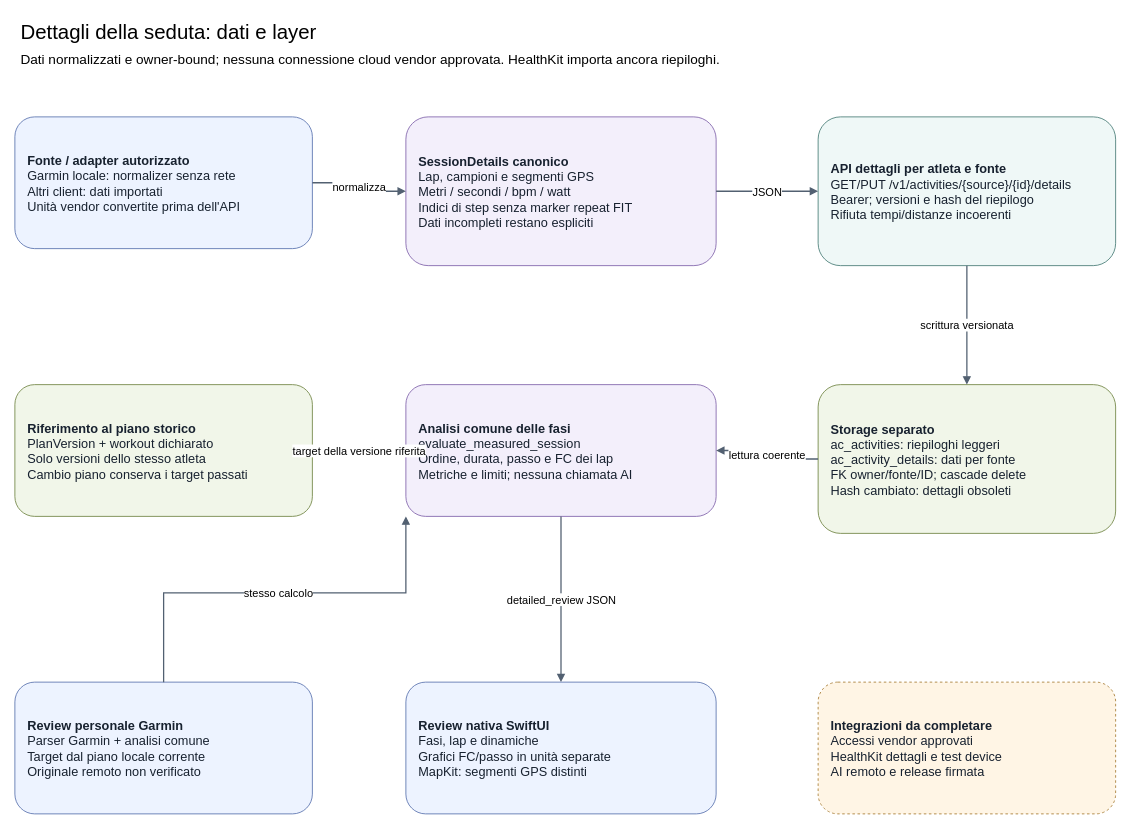
This is page "Dettagli della seduta: dati e layer" (7 of 8) of docs/architecture/endurance-coach.drawio from Tatonta/EnduranceCoach, a draw.io file, before an edit. Source tidied: cells renumbered, new cells numbered last; positions are measured from the earlier drawing's top-left corner, leaving out a move shared by most shapes. Both pictures are drawn from the tidied source at 85%, with x=0, y=0 at pixel (14, 14).
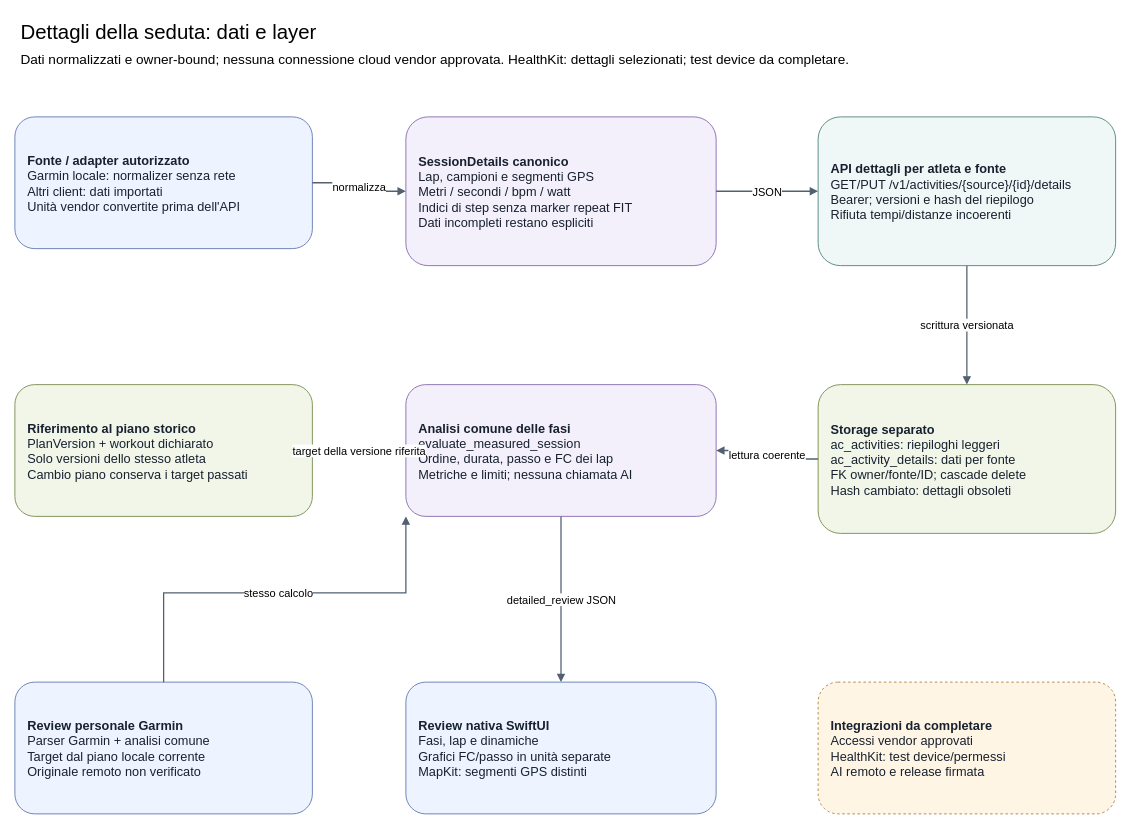
The same page after the edit.

Change to the diagram source:
```diff
@@
-    <mxCell id="2" value="Dettagli della seduta: dati e layer&lt;br&gt;&lt;font size='3'&gt;Dati normalizzati e owner-bound; nessuna connessione cloud vendor approvata. HealthKit importa ancora riepiloghi.&lt;/font&gt;" style="text;html=1;align=left;verticalAlign=middle;fontSize=24;fontStyle=0;whiteSpace=wrap;" parent="1" vertex="1">
+    <mxCell id="2" value="Dettagli della seduta: dati e layer&lt;br&gt;&lt;font size='3'&gt;Dati normalizzati e owner-bound; nessuna connessione cloud vendor approvata. HealthKit: dettagli selezionati; test device da completare.&lt;/font&gt;" style="text;html=1;align=left;verticalAlign=middle;fontSize=24;fontStyle=0;whiteSpace=wrap;" parent="1" vertex="1">
       <mxGeometry x="5" width="1280" height="70" as="geometry" />
     </mxCell>
@@
-    <mxCell id="11" value="&lt;b&gt;Integrazioni da completare&lt;/b&gt;&lt;br&gt;Accessi vendor approvati&lt;br&gt;HealthKit dettagli e test device&lt;br&gt;AI remoto e release firmata" style="rounded=1;whiteSpace=wrap;html=1;align=left;verticalAlign=middle;spacing=15;fontSize=15;fillColor=#fff5e5;strokeColor=#a77d35;fontColor=#17212f;dashed=1;" parent="1" vertex="1">
+    <mxCell id="11" value="&lt;b&gt;Integrazioni da completare&lt;/b&gt;&lt;br&gt;Accessi vendor approvati&lt;br&gt;HealthKit: test device/permessi&lt;br&gt;AI remoto e release firmata" style="rounded=1;whiteSpace=wrap;html=1;align=left;verticalAlign=middle;spacing=15;fontSize=15;fillColor=#fff5e5;strokeColor=#a77d35;fontColor=#17212f;dashed=1;" parent="1" vertex="1">
       <mxGeometry x="945" y="785" width="350" height="155" as="geometry" />
     </mxCell>
```
